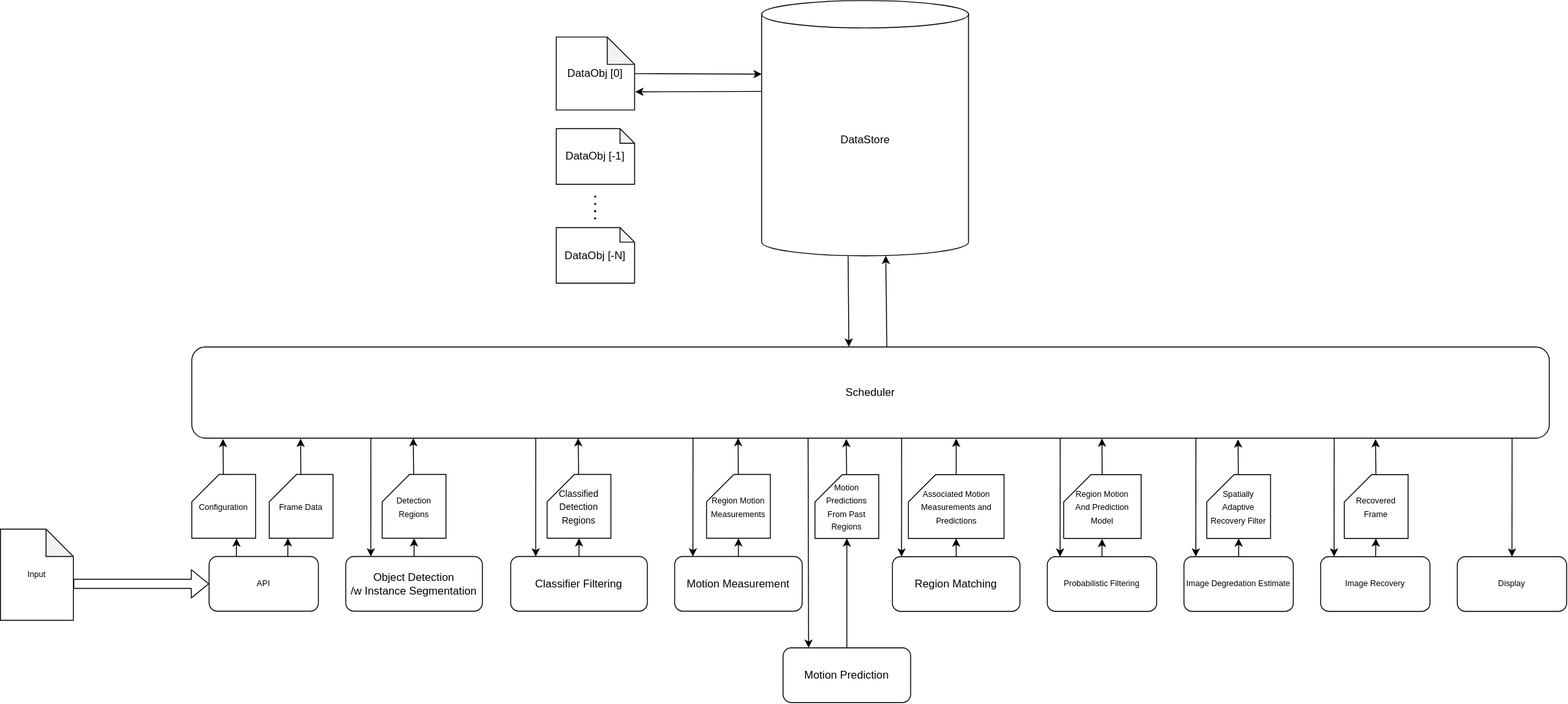
The draw.io diagram docs/dataflow.drawio.svg in emlyons/mcf, before a commit. Source tidied: cells renumbered, new cells last; positions are measured from the earlier drawing's top-left corner, leaving out a move shared by most shapes.
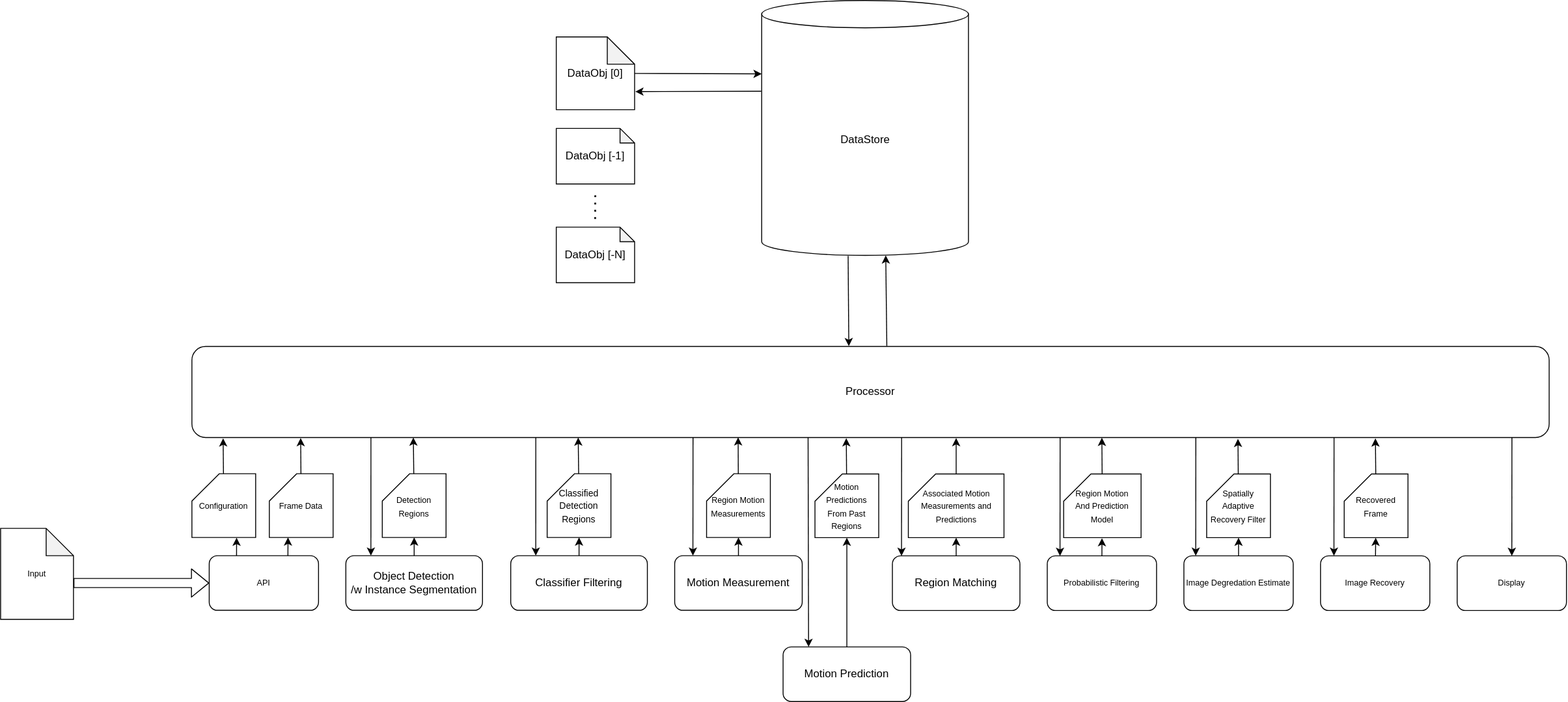
The same file after the commit.

Change to the diagram source:
```diff
@@ -219,7 +219,7 @@
         <mxPoint x="887" y="710" as="targetPoint" />
       </mxGeometry>
     </mxCell>
-    <mxCell id="58" value="Scheduler" style="rounded=1;whiteSpace=wrap;html=1;" parent="1" vertex="1">
+    <mxCell id="58" value="Processor" style="rounded=1;whiteSpace=wrap;html=1;" parent="1" vertex="1">
       <mxGeometry x="210" y="380" width="1490" height="100" as="geometry" />
     </mxCell>
     <mxCell id="59" style="edgeStyle=none;html=1;entryX=0;entryY=0.288;entryDx=0;entryDy=0;entryPerimeter=0;" parent="1" edge="1" source="60" target="54">
```
